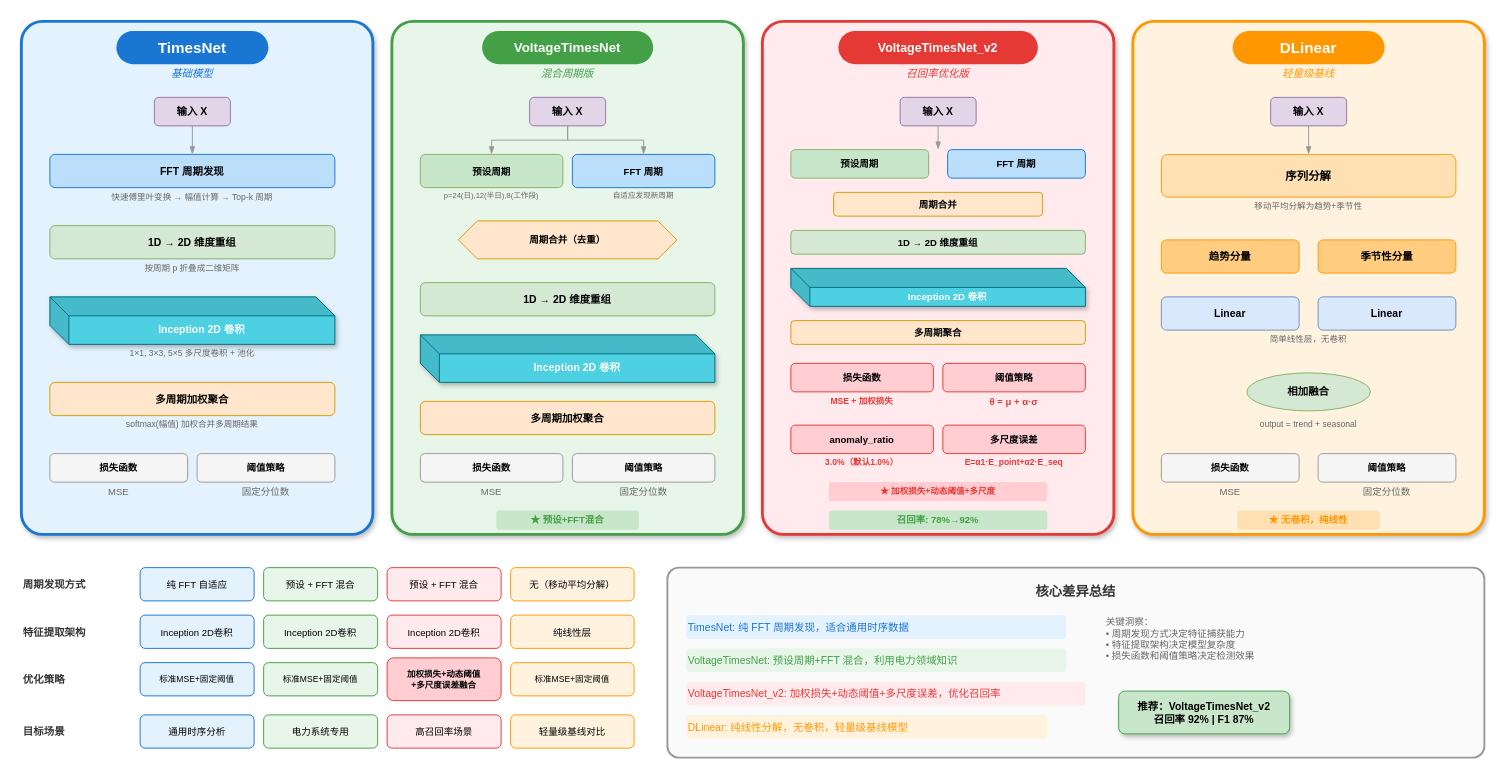
Before: code/figures/architecture/fig_model_comparison.drawio in sheldon123z/Rural-Low-Voltage-Detection, a draw.io diagram. Source tidied: cells renumbered, new cells numbered last; positions are measured from the earlier drawing's top-left corner, leaving out a move shared by most shapes. Both pictures are drawn from the tidied source at 95%, with x=0, y=0 at pixel (21, 21).
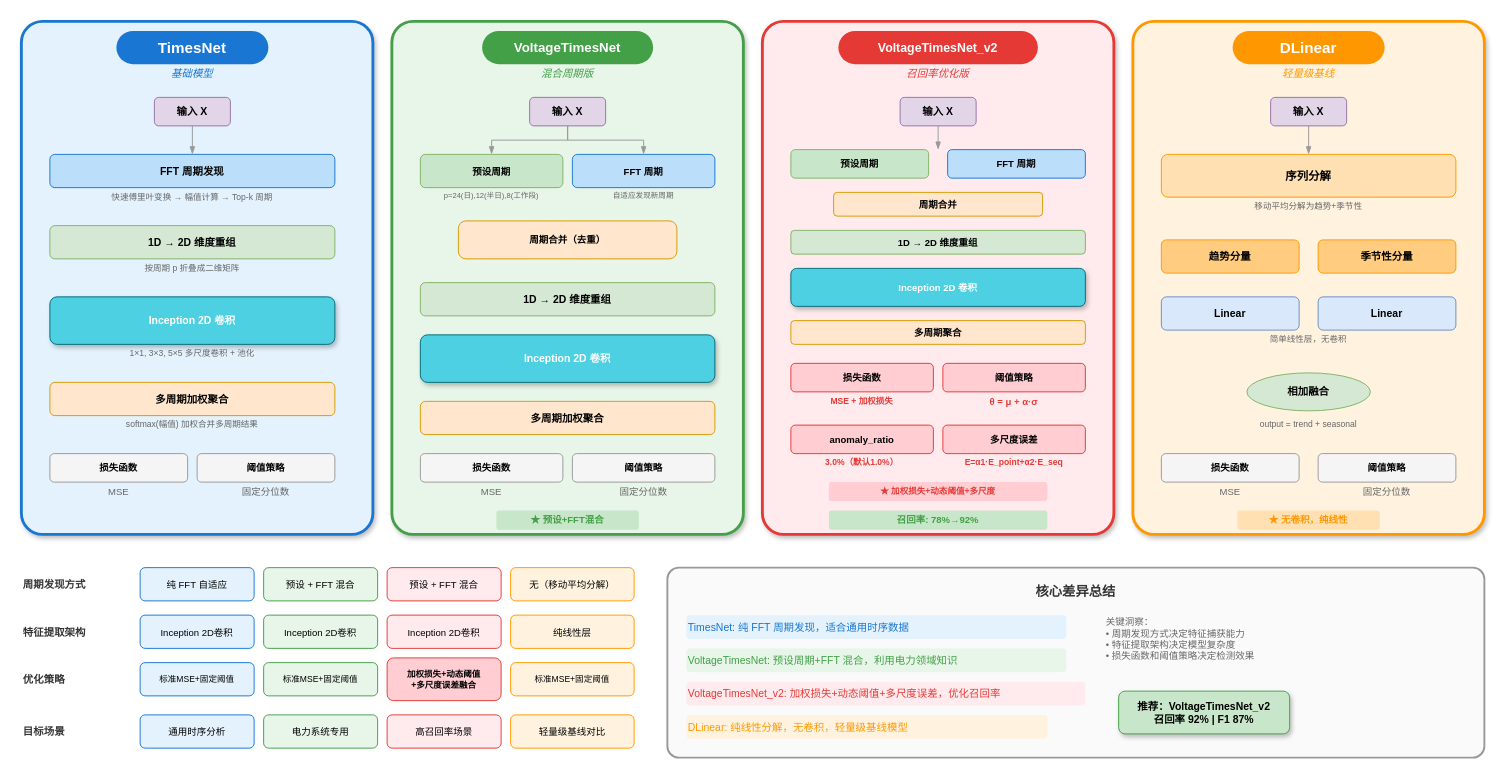
The same page after the edit.

The edit, as a diff of the source:
```diff
@@
-    <mxCell id="10" value="Inception 2D 卷积" style="shape=cube;whiteSpace=wrap;html=1;boundedLbl=1;backgroundOutline=1;darkOpacity=0.1;darkOpacity2=0.1;fillColor=#4dd0e1;strokeColor=#006C7A;fontSize=11;fontStyle=1;fontColor=#ffffff;shadow=1;" parent="1" vertex="1">
+    <mxCell id="10" value="Inception 2D 卷积" style="rounded=1;whiteSpace=wrap;html=1;fillColor=#4dd0e1;strokeColor=#006C7A;fontSize=11;fontStyle=1;fontColor=#ffffff;shadow=1;" parent="1" vertex="1">
       <mxGeometry x="30" y="290" width="300" height="50" as="geometry" />
     </mxCell>
@@
-    <mxCell id="26" value="周期合并（去重）" style="shape=hexagon;perimeter=hexagonPerimeter2;whiteSpace=wrap;html=1;fixedSize=1;fillColor=#ffe6cc;strokeColor=#d79b00;fontSize=10;fontStyle=1;" parent="1" vertex="1">
+    <mxCell id="26" value="周期合并（去重）" style="rounded=1;arcSize=20;whiteSpace=wrap;html=1;fixedSize=1;fillColor=#ffe6cc;strokeColor=#d79b00;fontSize=10;fontStyle=1;" parent="1" vertex="1">
       <mxGeometry x="460" y="210" width="230" height="40" as="geometry" />
     </mxCell>
@@
-    <mxCell id="28" value="Inception 2D 卷积" style="shape=cube;whiteSpace=wrap;html=1;boundedLbl=1;backgroundOutline=1;darkOpacity=0.1;darkOpacity2=0.1;fillColor=#4dd0e1;strokeColor=#006C7A;fontSize=11;fontStyle=1;fontColor=#ffffff;shadow=1;" parent="1" vertex="1">
+    <mxCell id="28" value="Inception 2D 卷积" style="rounded=1;whiteSpace=wrap;html=1;fillColor=#4dd0e1;strokeColor=#006C7A;fontSize=11;fontStyle=1;fontColor=#ffffff;shadow=1;" parent="1" vertex="1">
       <mxGeometry x="420" y="330" width="310" height="50" as="geometry" />
     </mxCell>
@@
-    <mxCell id="43" value="Inception 2D 卷积" style="shape=cube;whiteSpace=wrap;html=1;boundedLbl=1;backgroundOutline=1;darkOpacity=0.1;darkOpacity2=0.1;fillColor=#4dd0e1;strokeColor=#006C7A;fontSize=10;fontStyle=1;fontColor=#ffffff;shadow=1;" parent="1" vertex="1">
+    <mxCell id="43" value="Inception 2D 卷积" style="rounded=1;whiteSpace=wrap;html=1;fillColor=#4dd0e1;strokeColor=#006C7A;fontSize=10;fontStyle=1;fontColor=#ffffff;shadow=1;" parent="1" vertex="1">
       <mxGeometry x="810" y="260" width="310" height="40" as="geometry" />
     </mxCell>
```
